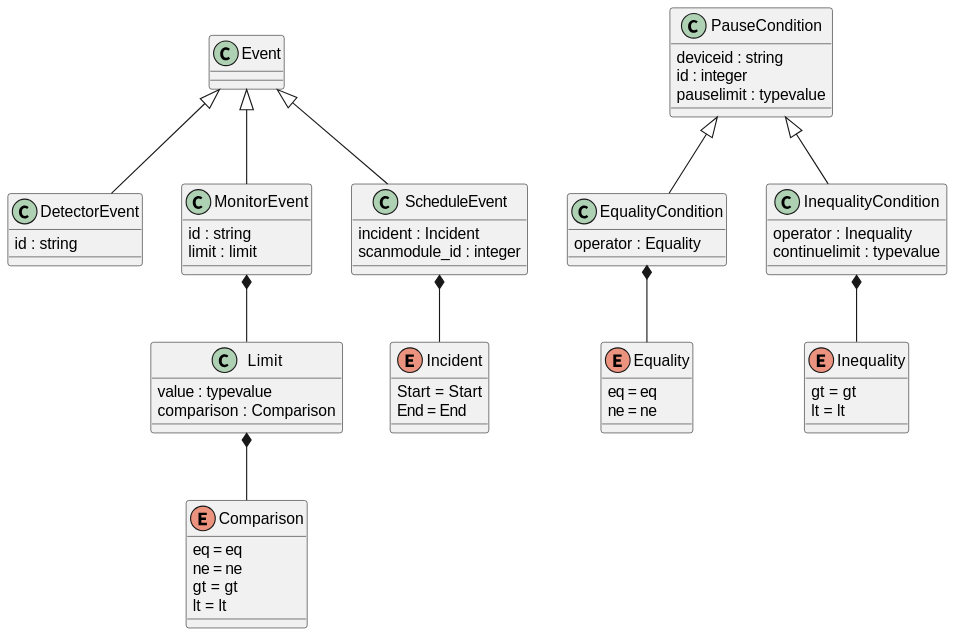
This is docs/uml/evedata.scml.event.svg from tillbiskup/evedata, a PlantUML export, as it was before one commit. Its diagram source:
```plantuml
@startuml

class Event {
}
Event <|-- DetectorEvent
Event <|-- MonitorEvent
Event <|-- ScheduleEvent

class DetectorEvent {
    id : string
}

class MonitorEvent {
    id : string
    limit : limit
}
MonitorEvent *-- Limit

class ScheduleEvent {
    incident : Incident
    scanmodule_id : integer
}
ScheduleEvent *-- Incident

enum Incident {
    Start = Start
    End = End
}

class Limit {
    value : typevalue
    comparison : Comparison
}
Limit *-- Comparison

enum Comparison {
    eq = eq
    ne = ne
    gt = gt
    lt = lt
}


class PauseCondition {
    deviceid : string
    id : integer
    pauselimit : typevalue
}
PauseCondition <|-- EqualityCondition
PauseCondition <|-- InequalityCondition

class EqualityCondition {
    operator : Equality
}
EqualityCondition *-- Equality

enum Equality {
    eq = eq
    ne = ne
}

class InequalityCondition {
    operator : Inequality
    continuelimit : typevalue
}
InequalityCondition *-- Inequality

enum Inequality {
    gt = gt
    lt = lt
}
@enduml
```
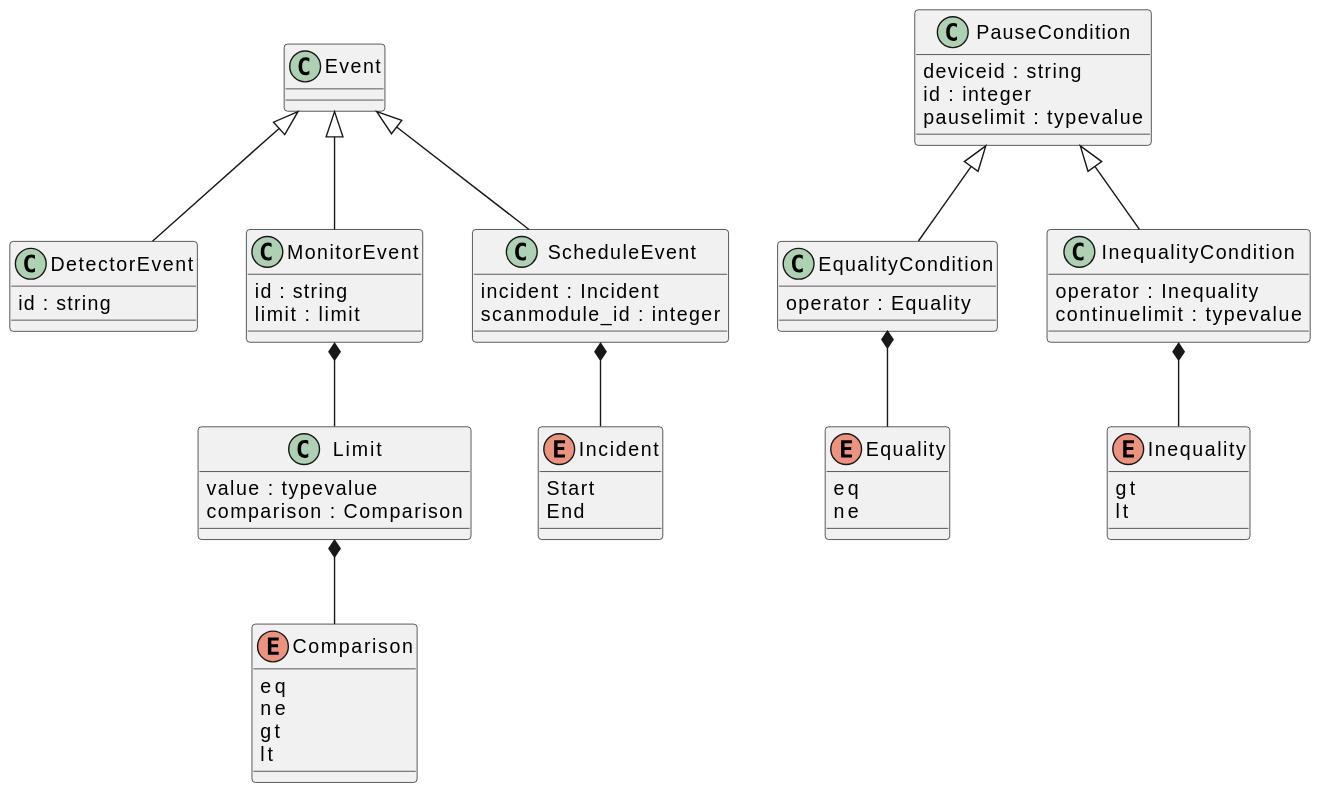
After the change.

What changed in the source:
```diff
@@ -23,8 +23,8 @@
 ScheduleEvent *-- Incident
 
 enum Incident {
-    Start = Start
-    End = End
+    Start
+    End
 }
 
 class Limit {
@@ -34,10 +34,10 @@
 Limit *-- Comparison
 
 enum Comparison {
-    eq = eq
-    ne = ne
-    gt = gt
-    lt = lt
+    eq
+    ne
+    gt
+    lt
 }
 
 
@@ -55,8 +55,8 @@
 EqualityCondition *-- Equality
 
 enum Equality {
-    eq = eq
-    ne = ne
+    eq
+    ne
 }
 
 class InequalityCondition {
@@ -66,7 +66,7 @@
 InequalityCondition *-- Inequality
 
 enum Inequality {
-    gt = gt
-    lt = lt
+    gt
+    lt
 }
 @enduml
```
